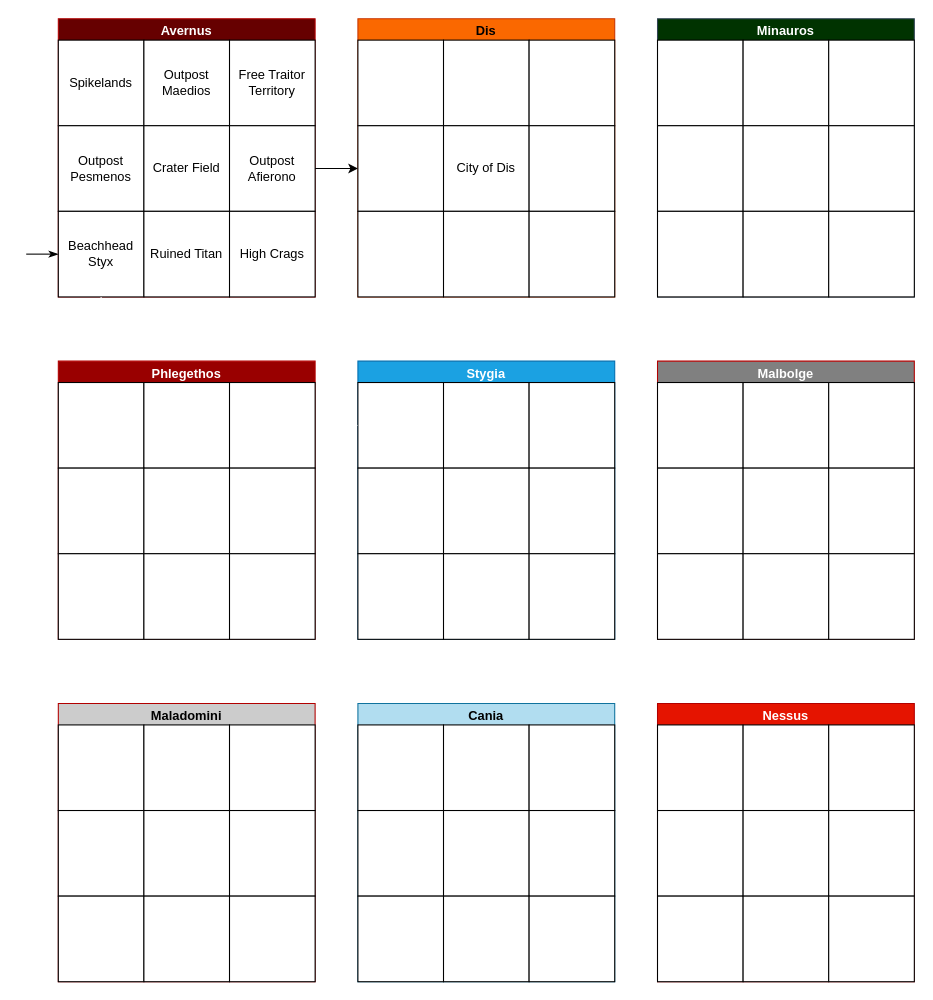
Earlier version of the draw.io diagram MEDIA/SUPP/baatorMap.drawio (craftingcity/The-Known-World). Source tidied: cells renumbered, new cells numbered last; positions are measured from the earlier drawing's top-left corner, leaving out a move shared by most shapes. Both pictures are drawn from the tidied source at 107%, with x=0, y=0 at pixel (26, 18).
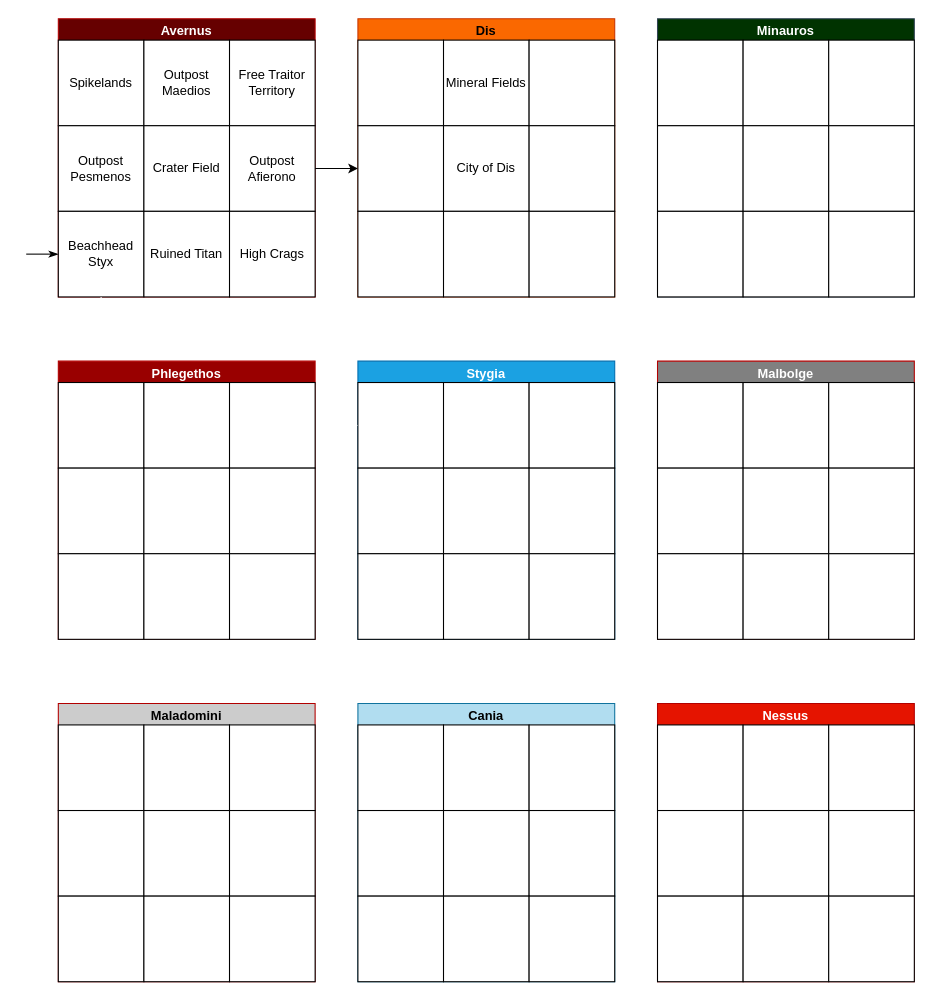
The same diagram, later.

Unchanged cells that the change refers to:
```xml
<mxCell id="13" value="Dis" style="swimlane;whiteSpace=wrap;html=1;fillColor=#fa6800;fontColor=#000000;strokeColor=#C73500;" parent="1" vertex="1">
  <mxGeometry x="310" width="240" height="260" as="geometry" />
</mxCell>
```

What changed in the source:
```diff
@@
-    <mxCell id="15" style="whiteSpace=wrap;html=1;" parent="13" vertex="1">
+    <mxCell id="15" value="Mineral Fields" style="whiteSpace=wrap;html=1;" parent="13" vertex="1">
       <mxGeometry x="80" y="20" width="80" height="80" as="geometry" />
     </mxCell>
```
